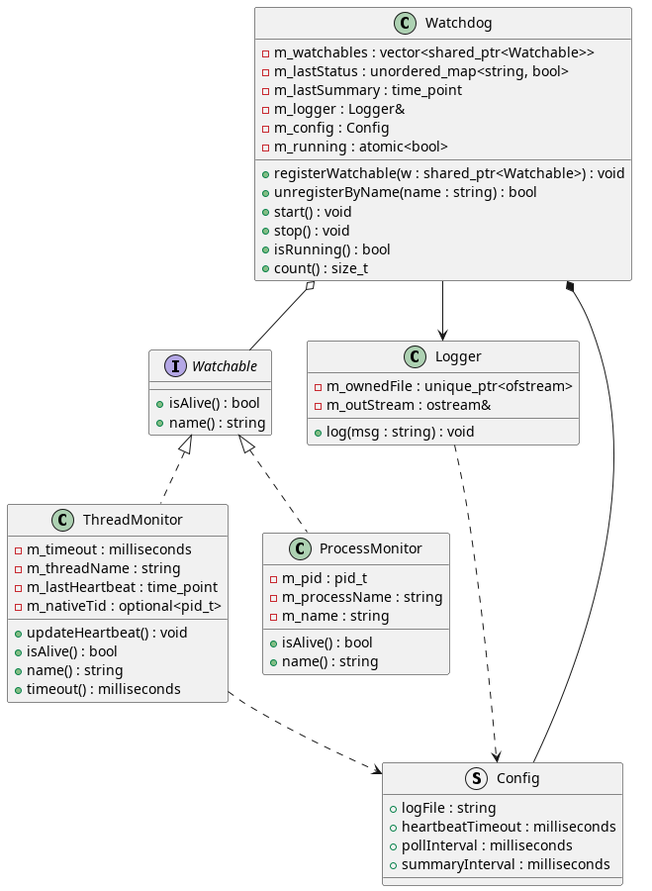
Above: documentation/class_diagram.png in davidcuruvija/universal-watchdog-qml (PlantUML), before the change.
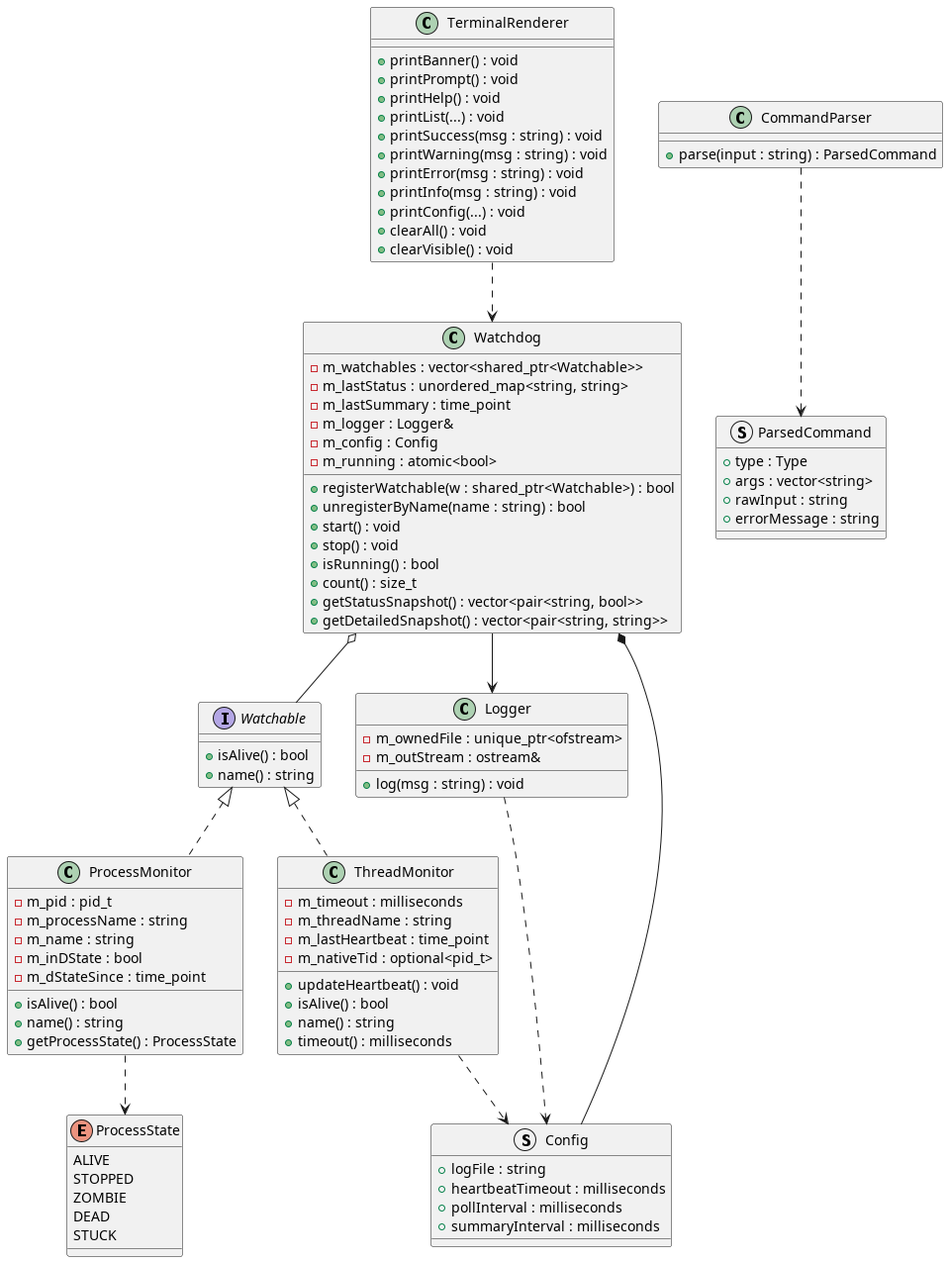
The same file after the commit.

Commit message:
docs: Update UML class diagram to reflect latest structure

Change to the diagram source:
```diff
@@ -1,4 +1,4 @@
-@startuml
+@startuml universal_watchdog
 
 interface Watchable {
     +isAlive() : bool
@@ -16,27 +16,40 @@
     +timeout() : milliseconds
 }
 
+enum ProcessState {
+    ALIVE
+    STOPPED
+    ZOMBIE
+    DEAD
+    STUCK
+}
+
 class ProcessMonitor {
     -m_pid : pid_t
     -m_processName : string
     -m_name : string
+    -m_inDState : bool
+    -m_dStateSince : time_point
     +isAlive() : bool
     +name() : string
+    +getProcessState() : ProcessState
 }
 
 class Watchdog {
     -m_watchables : vector<shared_ptr<Watchable>>
-    -m_lastStatus : unordered_map<string, bool>
+    -m_lastStatus : unordered_map<string, string>
     -m_lastSummary : time_point
     -m_logger : Logger&
     -m_config : Config
     -m_running : atomic<bool>
-    +registerWatchable(w : shared_ptr<Watchable>) : void
+    +registerWatchable(w : shared_ptr<Watchable>) : bool
     +unregisterByName(name : string) : bool
     +start() : void
     +stop() : void
     +isRunning() : bool
     +count() : size_t
+    +getStatusSnapshot() : vector<pair<string, bool>>
+    +getDetailedSnapshot() : vector<pair<string, string>>
 }
 
 class Logger {
@@ -52,12 +65,40 @@
     +summaryInterval : milliseconds
 }
 
+struct ParsedCommand {
+    +type : Type
+    +args : vector<string>
+    +rawInput : string
+    +errorMessage : string
+}
+
+class CommandParser {
+    +parse(input : string) : ParsedCommand
+}
+
+class TerminalRenderer {
+    +printBanner() : void
+    +printPrompt() : void
+    +printHelp() : void
+    +printList(...) : void
+    +printSuccess(msg : string) : void
+    +printWarning(msg : string) : void
+    +printError(msg : string) : void
+    +printInfo(msg : string) : void
+    +printConfig(...) : void
+    +clearAll() : void
+    +clearVisible() : void
+}
+
 Watchable <|.. ThreadMonitor
 Watchable <|.. ProcessMonitor
+ProcessMonitor ..> ProcessState
 Watchdog o-- Watchable
 Watchdog --> Logger
 Watchdog *-- Config
 Logger ..> Config
 ThreadMonitor ..> Config
+CommandParser ..> ParsedCommand
+TerminalRenderer ..> Watchdog
 
 @enduml
```
